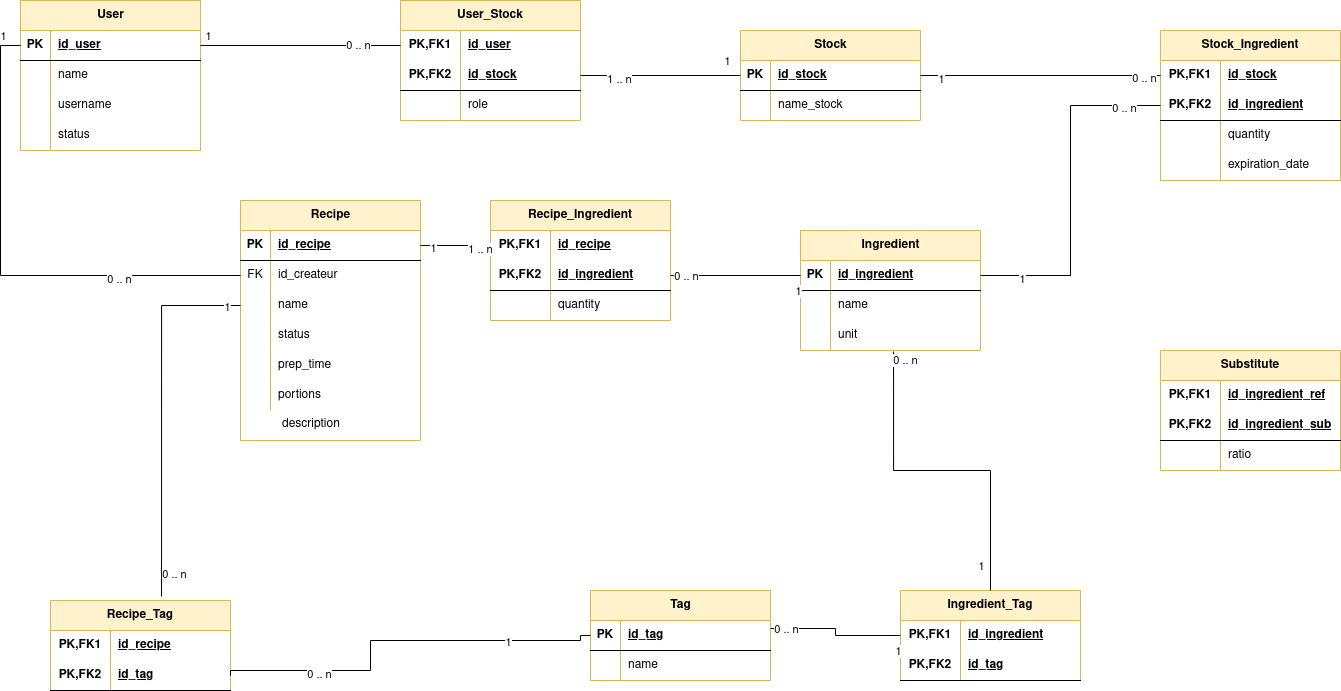
Above: Documentation/Images/diagramme_bdd.drawio.png in Projet-ingenierie-logiciel-2A-JerRouTes/projet2A (draw.io), before the change. Source tidied: cells renumbered, new cells last; positions are measured from the earlier drawing's top-left corner, leaving out a move shared by most shapes.
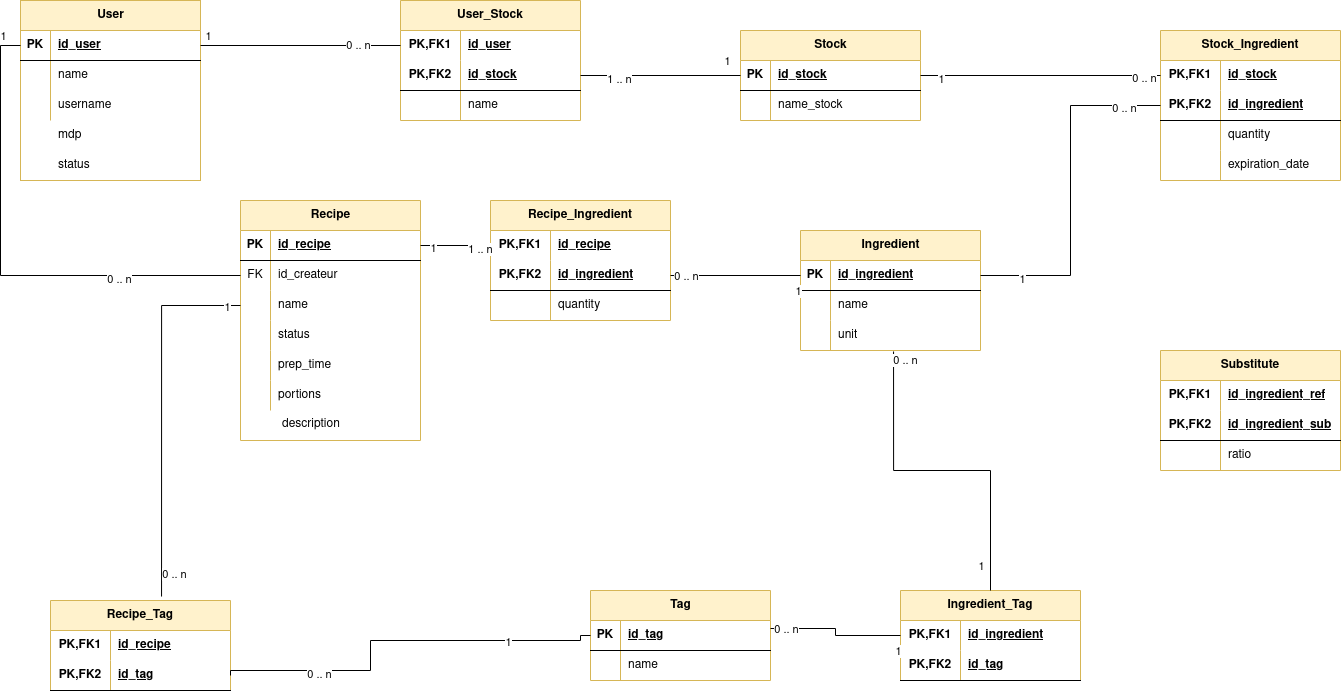
Later version of the same file.

Commit message:
Mettre à jour diagramme_bdd.drawio.png

Change to the diagram source:
```diff
@@ -3,7 +3,7 @@
     <mxCell id="0" />
     <mxCell id="1" parent="0" />
     <mxCell id="2" value="User" style="shape=table;startSize=30;rowLines=0;fontStyle=1;align=center;html=1;fillColor=#fff2cc;strokeColor=#d6b656;" parent="1" vertex="1">
-      <mxGeometry width="180" height="150" as="geometry" />
+      <mxGeometry width="180" height="180" as="geometry" />
     </mxCell>
     <mxCell id="3" style="shape=tableRow;horizontal=0;startSize=0;swimlaneHead=0;swimlaneBody=0;fillColor=none;points=[[0,0.5],[1,0.5]];portConstraint=eastwest;top=0;left=0;right=0;bottom=1;" parent="2" vertex="1">
       <mxGeometry y="30" width="180" height="30" as="geometry" />
@@ -32,15 +32,6 @@
     <mxCell id="11" value="username" style="shape=partialRectangle;fillColor=none;top=0;left=0;bottom=0;right=0;align=left;spacingLeft=6;overflow=hidden;whiteSpace=wrap;html=1;" parent="9" vertex="1">
       <mxGeometry x="30" width="150" height="30" as="geometry" />
     </mxCell>
-    <mxCell id="12" style="shape=tableRow;horizontal=0;startSize=0;swimlaneHead=0;swimlaneBody=0;fillColor=none;top=0;left=0;right=0;bottom=0;" parent="2" vertex="1">
-      <mxGeometry y="120" width="180" height="30" as="geometry" />
-    </mxCell>
-    <mxCell id="13" style="shape=partialRectangle;fillColor=none;top=0;left=0;bottom=0;right=0;overflow=hidden;whiteSpace=wrap;html=1;" parent="12" vertex="1">
-      <mxGeometry width="30" height="30" as="geometry" />
-    </mxCell>
-    <mxCell id="14" value="status" style="shape=partialRectangle;fillColor=none;top=0;left=0;bottom=0;right=0;align=left;spacingLeft=6;overflow=hidden;whiteSpace=wrap;html=1;" parent="12" vertex="1">
-      <mxGeometry x="30" width="150" height="30" as="geometry" />
-    </mxCell>
     <mxCell id="15" value="Stock" style="shape=table;startSize=30;rowLines=0;fontStyle=1;align=center;html=1;fillColor=#fff2cc;strokeColor=#d6b656;" parent="1" vertex="1">
       <mxGeometry x="720" y="30" width="180" height="90" as="geometry" />
     </mxCell>
@@ -89,7 +80,7 @@
     <mxCell id="30" style="shape=partialRectangle;fillColor=none;top=0;left=0;bottom=0;right=0;overflow=hidden;html=1;whiteSpace=wrap;" parent="29" vertex="1">
       <mxGeometry width="60" height="30" as="geometry" />
     </mxCell>
-    <mxCell id="31" value="role" style="shape=partialRectangle;fillColor=none;top=0;left=0;bottom=0;right=0;align=left;spacingLeft=6;overflow=hidden;html=1;whiteSpace=wrap;" parent="29" vertex="1">
+    <mxCell id="31" value="name" style="shape=partialRectangle;fillColor=none;top=0;left=0;bottom=0;right=0;align=left;spacingLeft=6;overflow=hidden;html=1;whiteSpace=wrap;" parent="29" vertex="1">
       <mxGeometry x="60" width="120" height="30" as="geometry" />
     </mxCell>
     <mxCell id="32" value="Ingredient" style="shape=table;startSize=30;rowLines=0;fontStyle=1;align=center;html=1;fillColor=#fff2cc;strokeColor=#d6b656;" parent="1" vertex="1">
@@ -481,5 +472,11 @@
     <mxCell id="151" value="ratio" style="shape=partialRectangle;fillColor=none;top=0;left=0;bottom=0;right=0;align=left;spacingLeft=6;overflow=hidden;html=1;whiteSpace=wrap;" parent="149" vertex="1">
       <mxGeometry x="60" width="120" height="30" as="geometry" />
     </mxCell>
+    <mxCell id="152" value="mdp" style="shape=partialRectangle;fillColor=none;top=0;left=0;bottom=0;right=0;align=left;spacingLeft=6;overflow=hidden;whiteSpace=wrap;html=1;" parent="1" vertex="1">
+      <mxGeometry x="30" y="120" width="150" height="30" as="geometry" />
+    </mxCell>
+    <mxCell id="14" value="status" style="shape=partialRectangle;fillColor=none;top=0;left=0;bottom=0;right=0;align=left;spacingLeft=6;overflow=hidden;whiteSpace=wrap;html=1;" parent="1" vertex="1">
+      <mxGeometry x="30" y="150" width="150" height="30" as="geometry" />
+    </mxCell>
   </root>
 </mxGraphModel>
```
